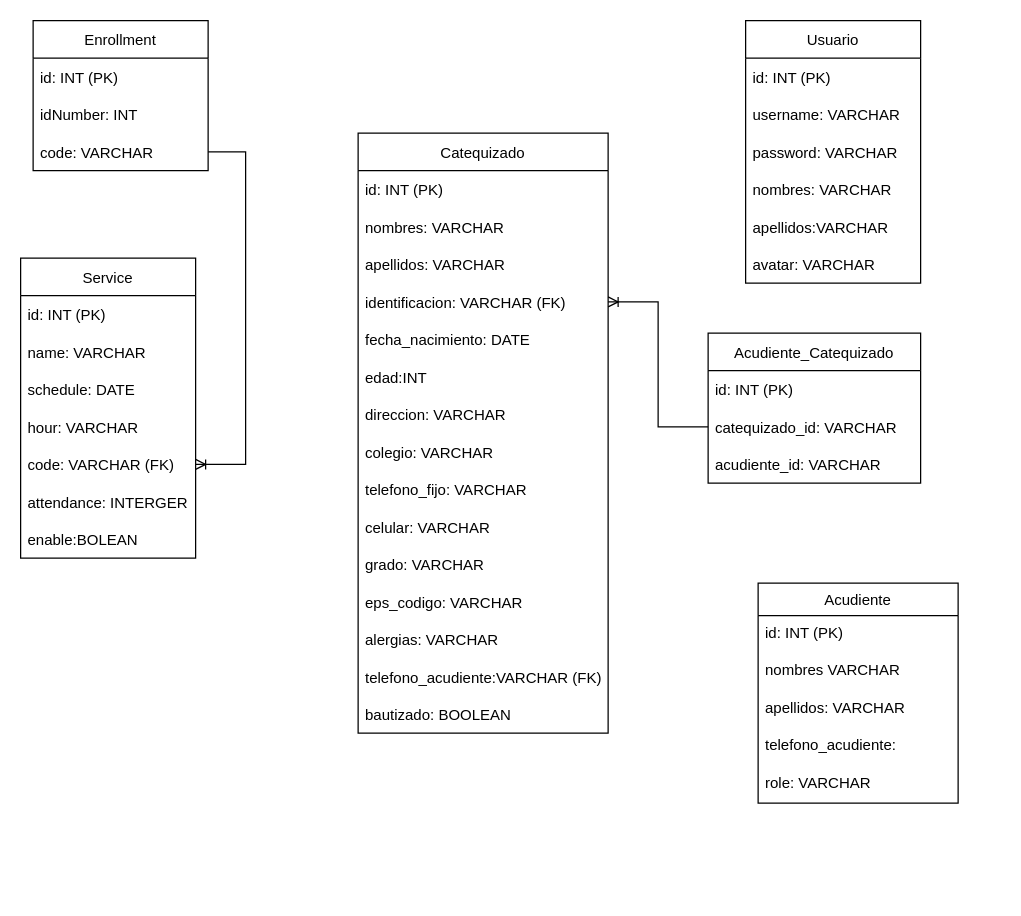
Earlier version of the draw.io diagram documentation/database-model.drawio (AlbertDeHoz/Control-de-aforo-St-Martin-De-Tour-Backend). Source tidied: cells renumbered, new cells numbered last; positions are measured from the earlier drawing's top-left corner, leaving out a move shared by most shapes. Both pictures are drawn from the tidied source at 125%, with x=0, y=0 at pixel (20, 20).
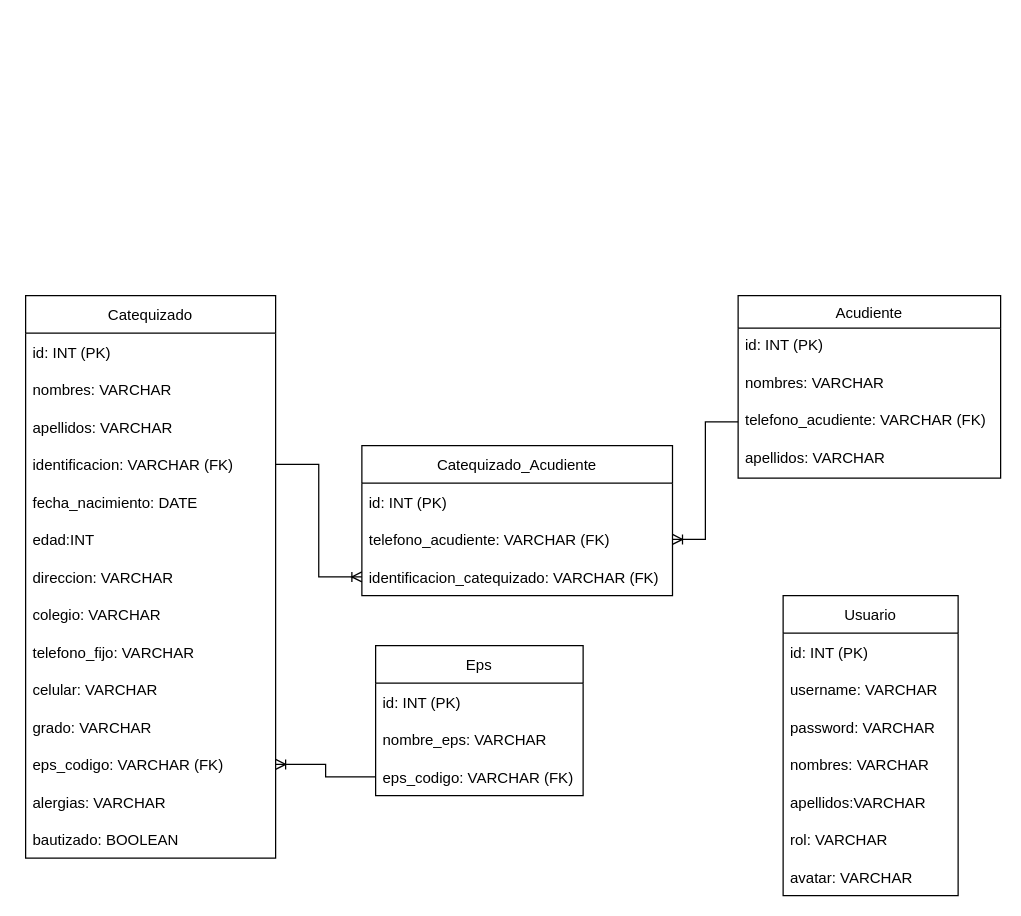
After the change.

Commit message (it also covers changes not shown here):
completing database-model and diccionario de datos

The change refers to these unchanged cells:
```xml
<mxCell id="6" value="identificacion: VARCHAR (FK)" style="text;strokeColor=none;fillColor=none;align=left;verticalAlign=middle;spacingLeft=4;spacingRight=4;overflow=hidden;points=[[0,0.5],[1,0.5]];portConstraint=eastwest;" parent="2" vertex="1">
  <mxGeometry y="120" width="200" height="30" as="geometry" />
</mxCell>
```

Change to the diagram source:
```diff
@@
     <mxCell id="2" value="Catequizado" style="swimlane;fontStyle=0;horizontal=1;startSize=30;" parent="1" vertex="1">
-      <mxGeometry x="270" y="90" width="200" height="480" as="geometry" />
+      <mxGeometry x="4" y="220" width="200" height="450" as="geometry" />
     </mxCell>
@@
-    <mxCell id="14" value="eps_codigo: VARCHAR" style="text;strokeColor=none;fillColor=none;align=left;verticalAlign=middle;spacingLeft=4;spacingRight=4;overflow=hidden;points=[[0,0.5],[1,0.5]];portConstraint=eastwest;" parent="2" vertex="1">
+    <mxCell id="14" value="eps_codigo: VARCHAR (FK)" style="text;strokeColor=none;fillColor=none;align=left;verticalAlign=middle;spacingLeft=4;spacingRight=4;overflow=hidden;points=[[0,0.5],[1,0.5]];portConstraint=eastwest;" parent="2" vertex="1">
       <mxGeometry y="360" width="200" height="30" as="geometry" />
     </mxCell>
@@
-    <mxCell id="16" value="telefono_acudiente:VARCHAR (FK)" style="text;strokeColor=none;fillColor=none;align=left;verticalAlign=middle;spacingLeft=4;spacingRight=4;overflow=hidden;" parent="2" vertex="1">
-      <mxGeometry y="420" width="200" height="30" as="geometry" />
-    </mxCell>
     <mxCell id="17" value="bautizado: BOOLEAN" style="text;strokeColor=none;fillColor=none;align=left;verticalAlign=middle;spacingLeft=4;spacingRight=4;overflow=hidden;" parent="2" vertex="1">
-      <mxGeometry y="450" width="200" height="30" as="geometry" />
+      <mxGeometry y="420" width="200" height="30" as="geometry" />
     </mxCell>
-    <mxCell id="18" value="Service" style="swimlane;fontStyle=0;horizontal=1;startSize=30;" parent="1" vertex="1">
-      <mxGeometry y="190" width="140" height="240" as="geometry" />
-    </mxCell>
-    <mxCell id="19" value="id: INT (PK)" style="text;strokeColor=none;fillColor=none;align=left;verticalAlign=middle;spacingLeft=4;spacingRight=4;overflow=hidden;" parent="18" vertex="1">
-      <mxGeometry y="30" width="140" height="30" as="geometry" />
-    </mxCell>
-    <mxCell id="20" value="name: VARCHAR" style="text;strokeColor=none;fillColor=none;align=left;verticalAlign=middle;spacingLeft=4;spacingRight=4;overflow=hidden;" parent="18" vertex="1">
-      <mxGeometry y="60" width="140" height="30" as="geometry" />
-    </mxCell>
-    <mxCell id="21" value="schedule: DATE" style="text;strokeColor=none;fillColor=none;align=left;verticalAlign=middle;spacingLeft=4;spacingRight=4;overflow=hidden;" parent="18" vertex="1">
-      <mxGeometry y="90" width="140" height="30" as="geometry" />
-    </mxCell>
-    <mxCell id="22" value="hour: VARCHAR" style="text;strokeColor=none;fillColor=none;align=left;verticalAlign=middle;spacingLeft=4;spacingRight=4;overflow=hidden;" parent="18" vertex="1">
-      <mxGeometry y="120" width="140" height="30" as="geometry" />
-    </mxCell>
-    <mxCell id="23" value="code: VARCHAR (FK)" style="text;strokeColor=none;fillColor=none;align=left;verticalAlign=middle;spacingLeft=4;spacingRight=4;overflow=hidden;points=[[0,0.5],[1,0.5]];portConstraint=eastwest;" parent="18" vertex="1">
-      <mxGeometry y="150" width="140" height="30" as="geometry" />
-    </mxCell>
-    <mxCell id="24" value="attendance: INTERGER" style="text;strokeColor=none;fillColor=none;align=left;verticalAlign=middle;spacingLeft=4;spacingRight=4;overflow=hidden;" parent="18" vertex="1">
-      <mxGeometry y="180" width="140" height="30" as="geometry" />
-    </mxCell>
-    <mxCell id="25" value="enable:BOLEAN" style="text;strokeColor=none;fillColor=none;align=left;verticalAlign=middle;spacingLeft=4;spacingRight=4;overflow=hidden;" parent="18" vertex="1">
-      <mxGeometry y="210" width="140" height="30" as="geometry" />
-    </mxCell>
     <mxCell id="26" value="Acudiente" style="swimlane;fontStyle=0;horizontal=1;startSize=26;align=center;fontSize=12;" parent="1" vertex="1">
-      <mxGeometry x="590" y="450" width="160" height="176" as="geometry" />
+      <mxGeometry x="574" y="220" width="210" height="146" as="geometry" />
     </mxCell>
     <mxCell id="27" value="id: INT (PK)" style="text;strokeColor=none;fillColor=none;spacingLeft=4;spacingRight=4;overflow=hidden;fontSize=12;" parent="26" vertex="1">
-      <mxGeometry y="26" width="160" height="30" as="geometry" />
+      <mxGeometry y="26" width="210" height="30" as="geometry" />
     </mxCell>
-    <mxCell id="28" value="nombres VARCHAR" style="text;strokeColor=none;fillColor=none;spacingLeft=4;spacingRight=4;overflow=hidden;fontSize=12;" parent="26" vertex="1">
-      <mxGeometry y="56" width="160" height="30" as="geometry" />
+    <mxCell id="28" value="nombres: VARCHAR" style="text;strokeColor=none;fillColor=none;spacingLeft=4;spacingRight=4;overflow=hidden;fontSize=12;" parent="26" vertex="1">
+      <mxGeometry y="56" width="210" height="30" as="geometry" />
     </mxCell>
+    <mxCell id="30" value="telefono_acudiente: VARCHAR (FK)" style="text;strokeColor=none;fillColor=none;spacingLeft=4;spacingRight=4;overflow=hidden;points=[[0,0.5],[1,0.5]];portConstraint=eastwest;fontSize=12;" parent="26" vertex="1">
+      <mxGeometry y="86" width="210" height="30" as="geometry" />
+    </mxCell>
     <mxCell id="29" value="apellidos: VARCHAR" style="text;strokeColor=none;fillColor=none;spacingLeft=4;spacingRight=4;overflow=hidden;fontSize=12;" parent="26" vertex="1">
-      <mxGeometry y="86" width="160" height="30" as="geometry" />
+      <mxGeometry y="116" width="210" height="30" as="geometry" />
     </mxCell>
-    <mxCell id="30" value="telefono_acudiente:" style="text;strokeColor=none;fillColor=none;spacingLeft=4;spacingRight=4;overflow=hidden;points=[[0,0.5],[1,0.5]];portConstraint=eastwest;fontSize=12;" parent="26" vertex="1">
-      <mxGeometry y="116" width="160" height="30" as="geometry" />
-    </mxCell>
-    <mxCell id="31" value="role: VARCHAR" style="text;strokeColor=none;fillColor=none;spacingLeft=4;spacingRight=4;overflow=hidden;fontSize=12;" parent="26" vertex="1">
-      <mxGeometry y="146" width="160" height="30" as="geometry" />
-    </mxCell>
-    <mxCell id="32" value="Enrollment" style="swimlane;fontStyle=0;horizontal=1;startSize=30;" parent="1" vertex="1">
-      <mxGeometry x="10" width="140" height="120" as="geometry" />
-    </mxCell>
-    <mxCell id="33" value="id: INT (PK)" style="text;strokeColor=none;fillColor=none;align=left;verticalAlign=middle;spacingLeft=4;spacingRight=4;overflow=hidden;" parent="32" vertex="1">
-      <mxGeometry y="30" width="140" height="30" as="geometry" />
-    </mxCell>
-    <mxCell id="34" value="idNumber: INT " style="text;strokeColor=none;fillColor=none;align=left;verticalAlign=middle;spacingLeft=4;spacingRight=4;overflow=hidden;" parent="32" vertex="1">
-      <mxGeometry y="60" width="140" height="30" as="geometry" />
-    </mxCell>
-    <mxCell id="35" value="code: VARCHAR " style="text;strokeColor=none;fillColor=none;align=left;verticalAlign=middle;spacingLeft=4;spacingRight=4;overflow=hidden;points=[[0,0.5],[1,0.5]];portConstraint=eastwest;" parent="32" vertex="1">
-      <mxGeometry y="90" width="140" height="30" as="geometry" />
-    </mxCell>
-    <mxCell id="36" style="edgeStyle=orthogonalEdgeStyle;fontSize=12;html=1;endArrow=ERoneToMany;rounded=0;exitX=1;exitY=0.5;exitDx=0;exitDy=0;entryX=1;entryY=0.5;entryDx=0;entryDy=0;" parent="1" edge="1" source="35" target="23">
-      <mxGeometry relative="1" as="geometry">
-        <Array as="points">
-          <mxPoint x="180" y="105" />
-          <mxPoint x="180" y="355" />
-        </Array>
-      </mxGeometry>
-    </mxCell>
     <mxCell id="37" value="Usuario" style="swimlane;fontStyle=0;horizontal=1;startSize=30;" parent="1" vertex="1">
-      <mxGeometry x="580" width="140" height="210" as="geometry" />
+      <mxGeometry x="610" y="460" width="140" height="240" as="geometry" />
     </mxCell>
@@
+    <mxCell id="49" value="rol: VARCHAR" style="text;strokeColor=none;fillColor=none;align=left;verticalAlign=middle;spacingLeft=4;spacingRight=4;overflow=hidden;" parent="37" vertex="1">
+      <mxGeometry y="180" width="140" height="30" as="geometry" />
+    </mxCell>
     <mxCell id="43" value="avatar: VARCHAR" style="text;strokeColor=none;fillColor=none;align=left;verticalAlign=middle;spacingLeft=4;spacingRight=4;overflow=hidden;" parent="37" vertex="1">
-      <mxGeometry y="180" width="140" height="30" as="geometry" />
+      <mxGeometry y="210" width="140" height="30" as="geometry" />
     </mxCell>
-    <mxCell id="44" value="Acudiente_Catequizado" style="swimlane;fontStyle=0;horizontal=1;startSize=30;" parent="1" vertex="1">
-      <mxGeometry x="550" y="250" width="170" height="120" as="geometry" />
+    <mxCell id="44" value="Catequizado_Acudiente" style="swimlane;fontStyle=0;horizontal=1;startSize=30;" parent="1" vertex="1">
+      <mxGeometry x="273" y="340" width="248.5" height="120" as="geometry" />
     </mxCell>
     <mxCell id="45" value="id: INT (PK)" style="text;strokeColor=none;fillColor=none;align=left;verticalAlign=middle;spacingLeft=4;spacingRight=4;overflow=hidden;" parent="44" vertex="1">
-      <mxGeometry y="30" width="170" height="30" as="geometry" />
+      <mxGeometry y="30" width="248.5" height="30" as="geometry" />
     </mxCell>
-    <mxCell id="46" value="catequizado_id: VARCHAR " style="text;strokeColor=none;fillColor=none;align=left;verticalAlign=middle;spacingLeft=4;spacingRight=4;overflow=hidden;points=[[0,0.5],[1,0.5]];portConstraint=eastwest;" parent="44" vertex="1">
-      <mxGeometry y="60" width="170" height="30" as="geometry" />
+    <mxCell id="46" value="telefono_acudiente: VARCHAR (FK)" style="text;strokeColor=none;fillColor=none;align=left;verticalAlign=middle;spacingLeft=4;spacingRight=4;overflow=hidden;points=[[0,0.5],[1,0.5]];portConstraint=eastwest;" parent="44" vertex="1">
+      <mxGeometry y="60" width="248.5" height="30" as="geometry" />
     </mxCell>
-    <mxCell id="47" value="acudiente_id: VARCHAR " style="text;strokeColor=none;fillColor=none;align=left;verticalAlign=middle;spacingLeft=4;spacingRight=4;overflow=hidden;points=[[0,0.5],[1,0.5]];portConstraint=eastwest;" parent="44" vertex="1">
-      <mxGeometry y="90" width="170" height="30" as="geometry" />
+    <mxCell id="47" value="identificacion_catequizado: VARCHAR (FK)" style="text;strokeColor=none;fillColor=none;align=left;verticalAlign=middle;spacingLeft=4;spacingRight=4;overflow=hidden;points=[[0,0.5],[1,0.5]];portConstraint=eastwest;" parent="44" vertex="1">
+      <mxGeometry y="90" width="248.5" height="30" as="geometry" />
     </mxCell>
-    <mxCell id="48" style="edgeStyle=orthogonalEdgeStyle;fontSize=12;html=1;endArrow=ERoneToMany;rounded=0;exitX=0;exitY=0.5;exitDx=0;exitDy=0;entryX=1;entryY=0.5;entryDx=0;entryDy=0;" parent="1" edge="1" source="46" target="6">
-      <mxGeometry relative="1" as="geometry">
-        <Array as="points">
-          <mxPoint x="510" y="325" />
-          <mxPoint x="510" y="225" />
-        </Array>
-      </mxGeometry>
-    </mxCell>
+    <mxCell id="50" style="edgeStyle=orthogonalEdgeStyle;fontSize=12;html=1;endArrow=ERoneToMany;rounded=0;jumpStyle=none;exitX=1;exitY=0.5;exitDx=0;exitDy=0;entryX=0;entryY=0.5;entryDx=0;entryDy=0;" parent="1" edge="1" source="6" target="47">
+      <mxGeometry relative="1" as="geometry" />
+    </mxCell>
+    <mxCell id="51" style="edgeStyle=orthogonalEdgeStyle;fontSize=12;html=1;endArrow=ERoneToMany;rounded=0;jumpStyle=none;exitX=0;exitY=0.5;exitDx=0;exitDy=0;entryX=1;entryY=0.5;entryDx=0;entryDy=0;" parent="1" edge="1" source="30" target="46">
+      <mxGeometry relative="1" as="geometry" />
+    </mxCell>
+    <mxCell id="52" value="Eps" style="swimlane;fontStyle=0;horizontal=1;startSize=30;" parent="1" vertex="1">
+      <mxGeometry x="284" y="500" width="166" height="120" as="geometry" />
+    </mxCell>
+    <mxCell id="53" value="id: INT (PK)" style="text;strokeColor=none;fillColor=none;align=left;verticalAlign=middle;spacingLeft=4;spacingRight=4;overflow=hidden;" parent="52" vertex="1">
+      <mxGeometry y="30" width="166" height="30" as="geometry" />
+    </mxCell>
+    <mxCell id="54" value="nombre_eps: VARCHAR" style="text;strokeColor=none;fillColor=none;align=left;verticalAlign=middle;spacingLeft=4;spacingRight=4;overflow=hidden;" parent="52" vertex="1">
+      <mxGeometry y="60" width="166" height="30" as="geometry" />
+    </mxCell>
+    <mxCell id="55" value="eps_codigo: VARCHAR (FK)" style="text;strokeColor=none;fillColor=none;align=left;verticalAlign=middle;spacingLeft=4;spacingRight=4;overflow=hidden;points=[[0,0.5],[1,0.5]];portConstraint=eastwest;" parent="52" vertex="1">
+      <mxGeometry y="90" width="166" height="30" as="geometry" />
+    </mxCell>
+    <mxCell id="56" style="edgeStyle=orthogonalEdgeStyle;fontSize=12;html=1;endArrow=ERoneToMany;rounded=0;jumpStyle=none;entryX=1;entryY=0.5;entryDx=0;entryDy=0;exitX=0;exitY=0.5;exitDx=0;exitDy=0;" parent="1" edge="1" source="55" target="14">
+      <mxGeometry relative="1" as="geometry" />
+    </mxCell>
```
